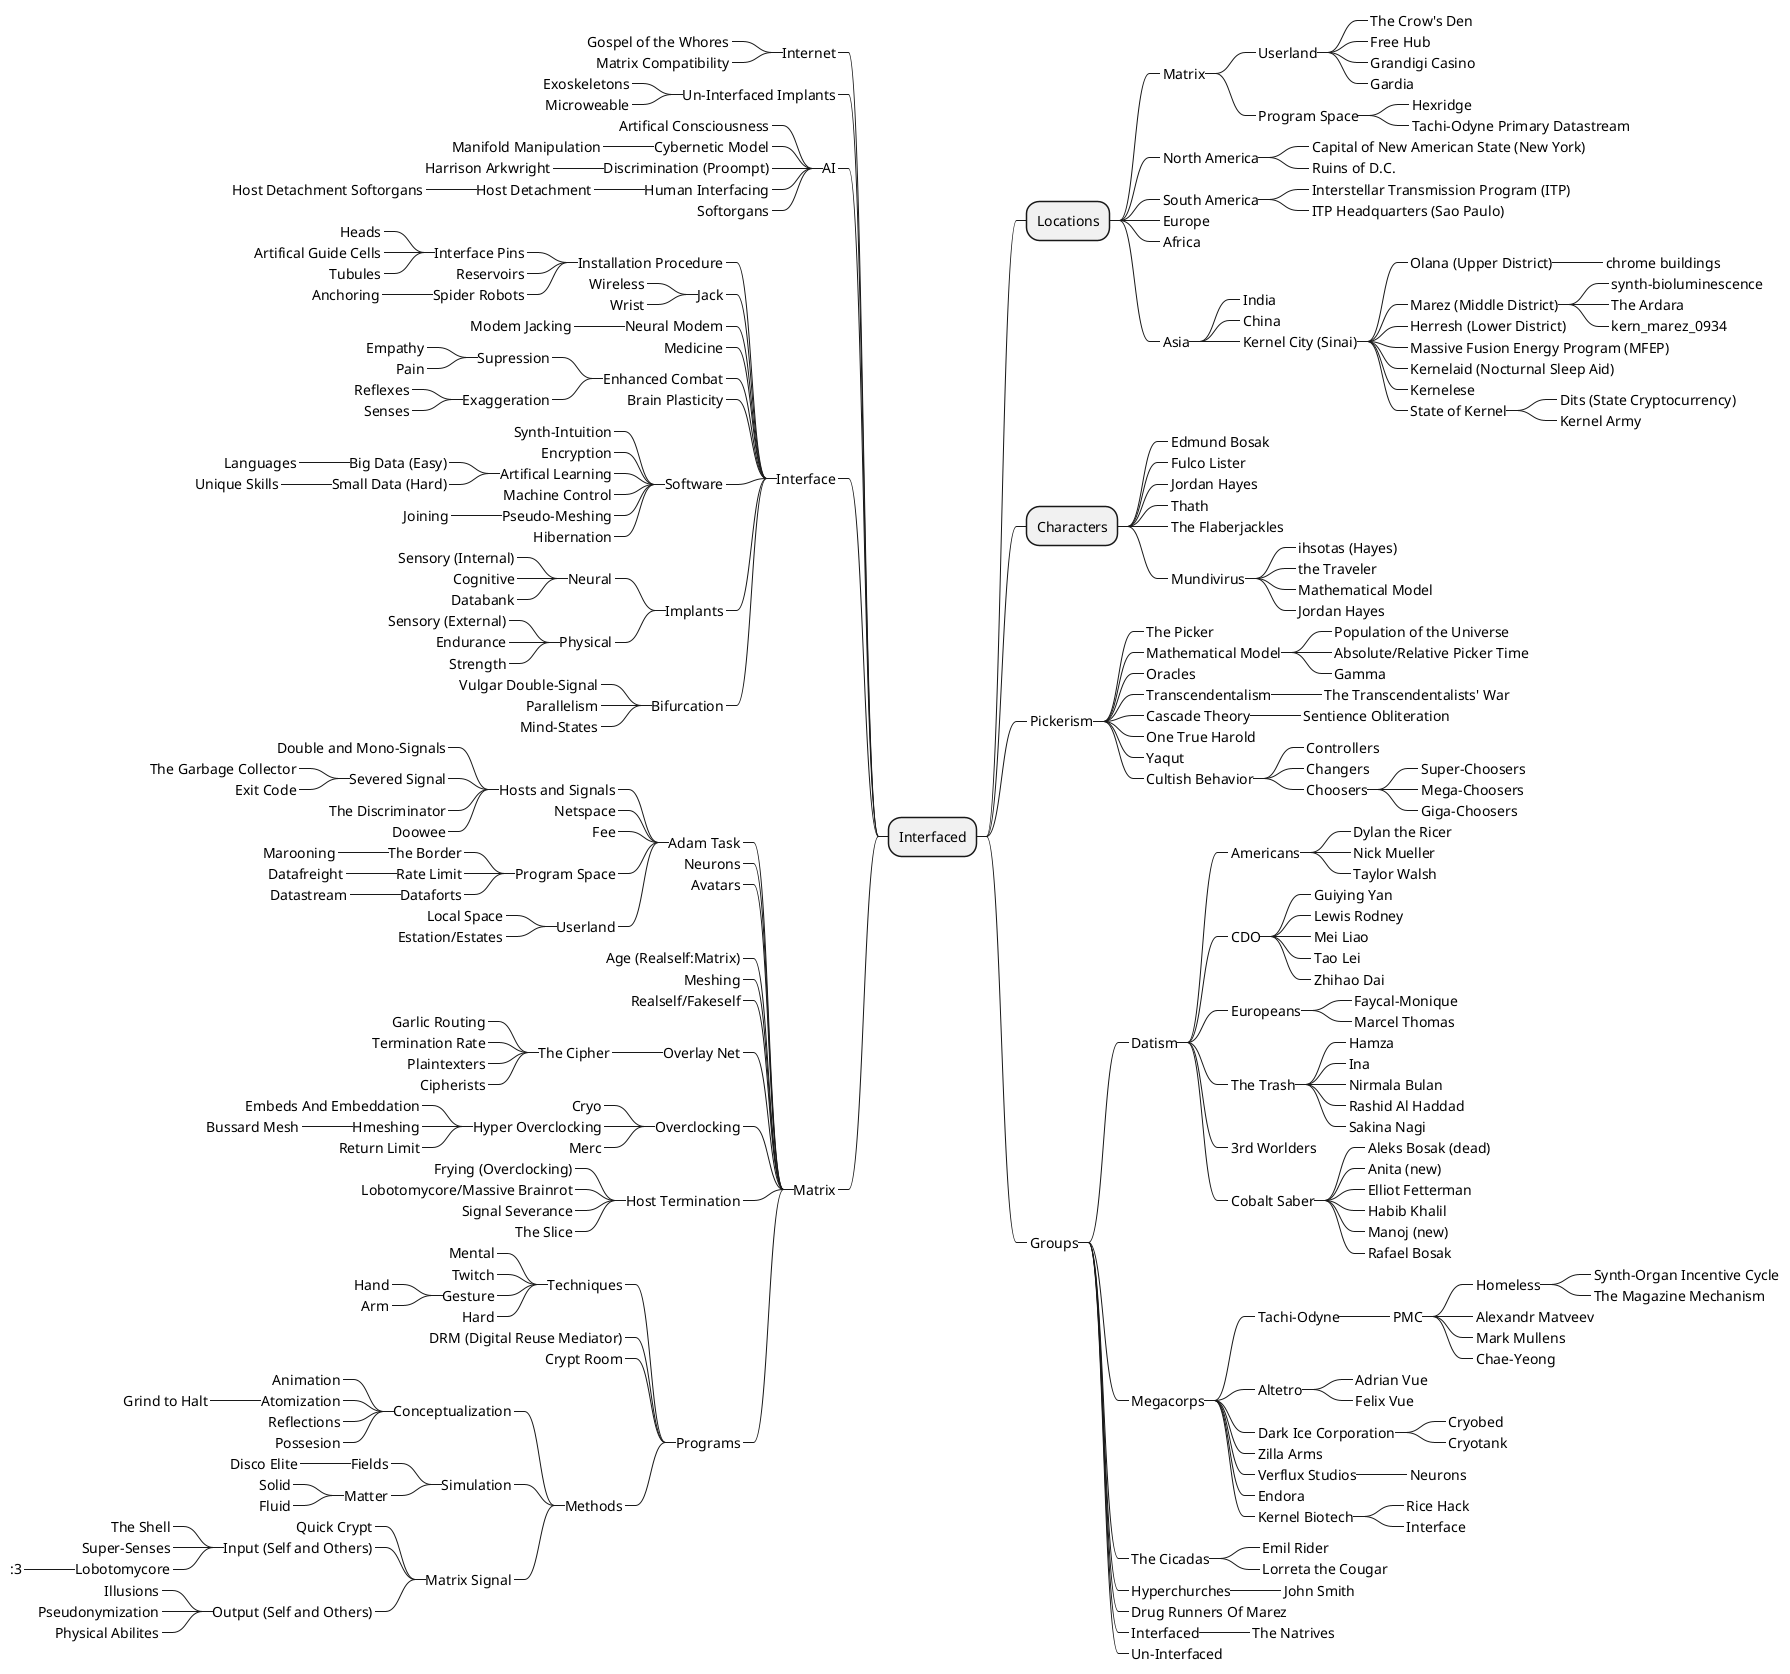
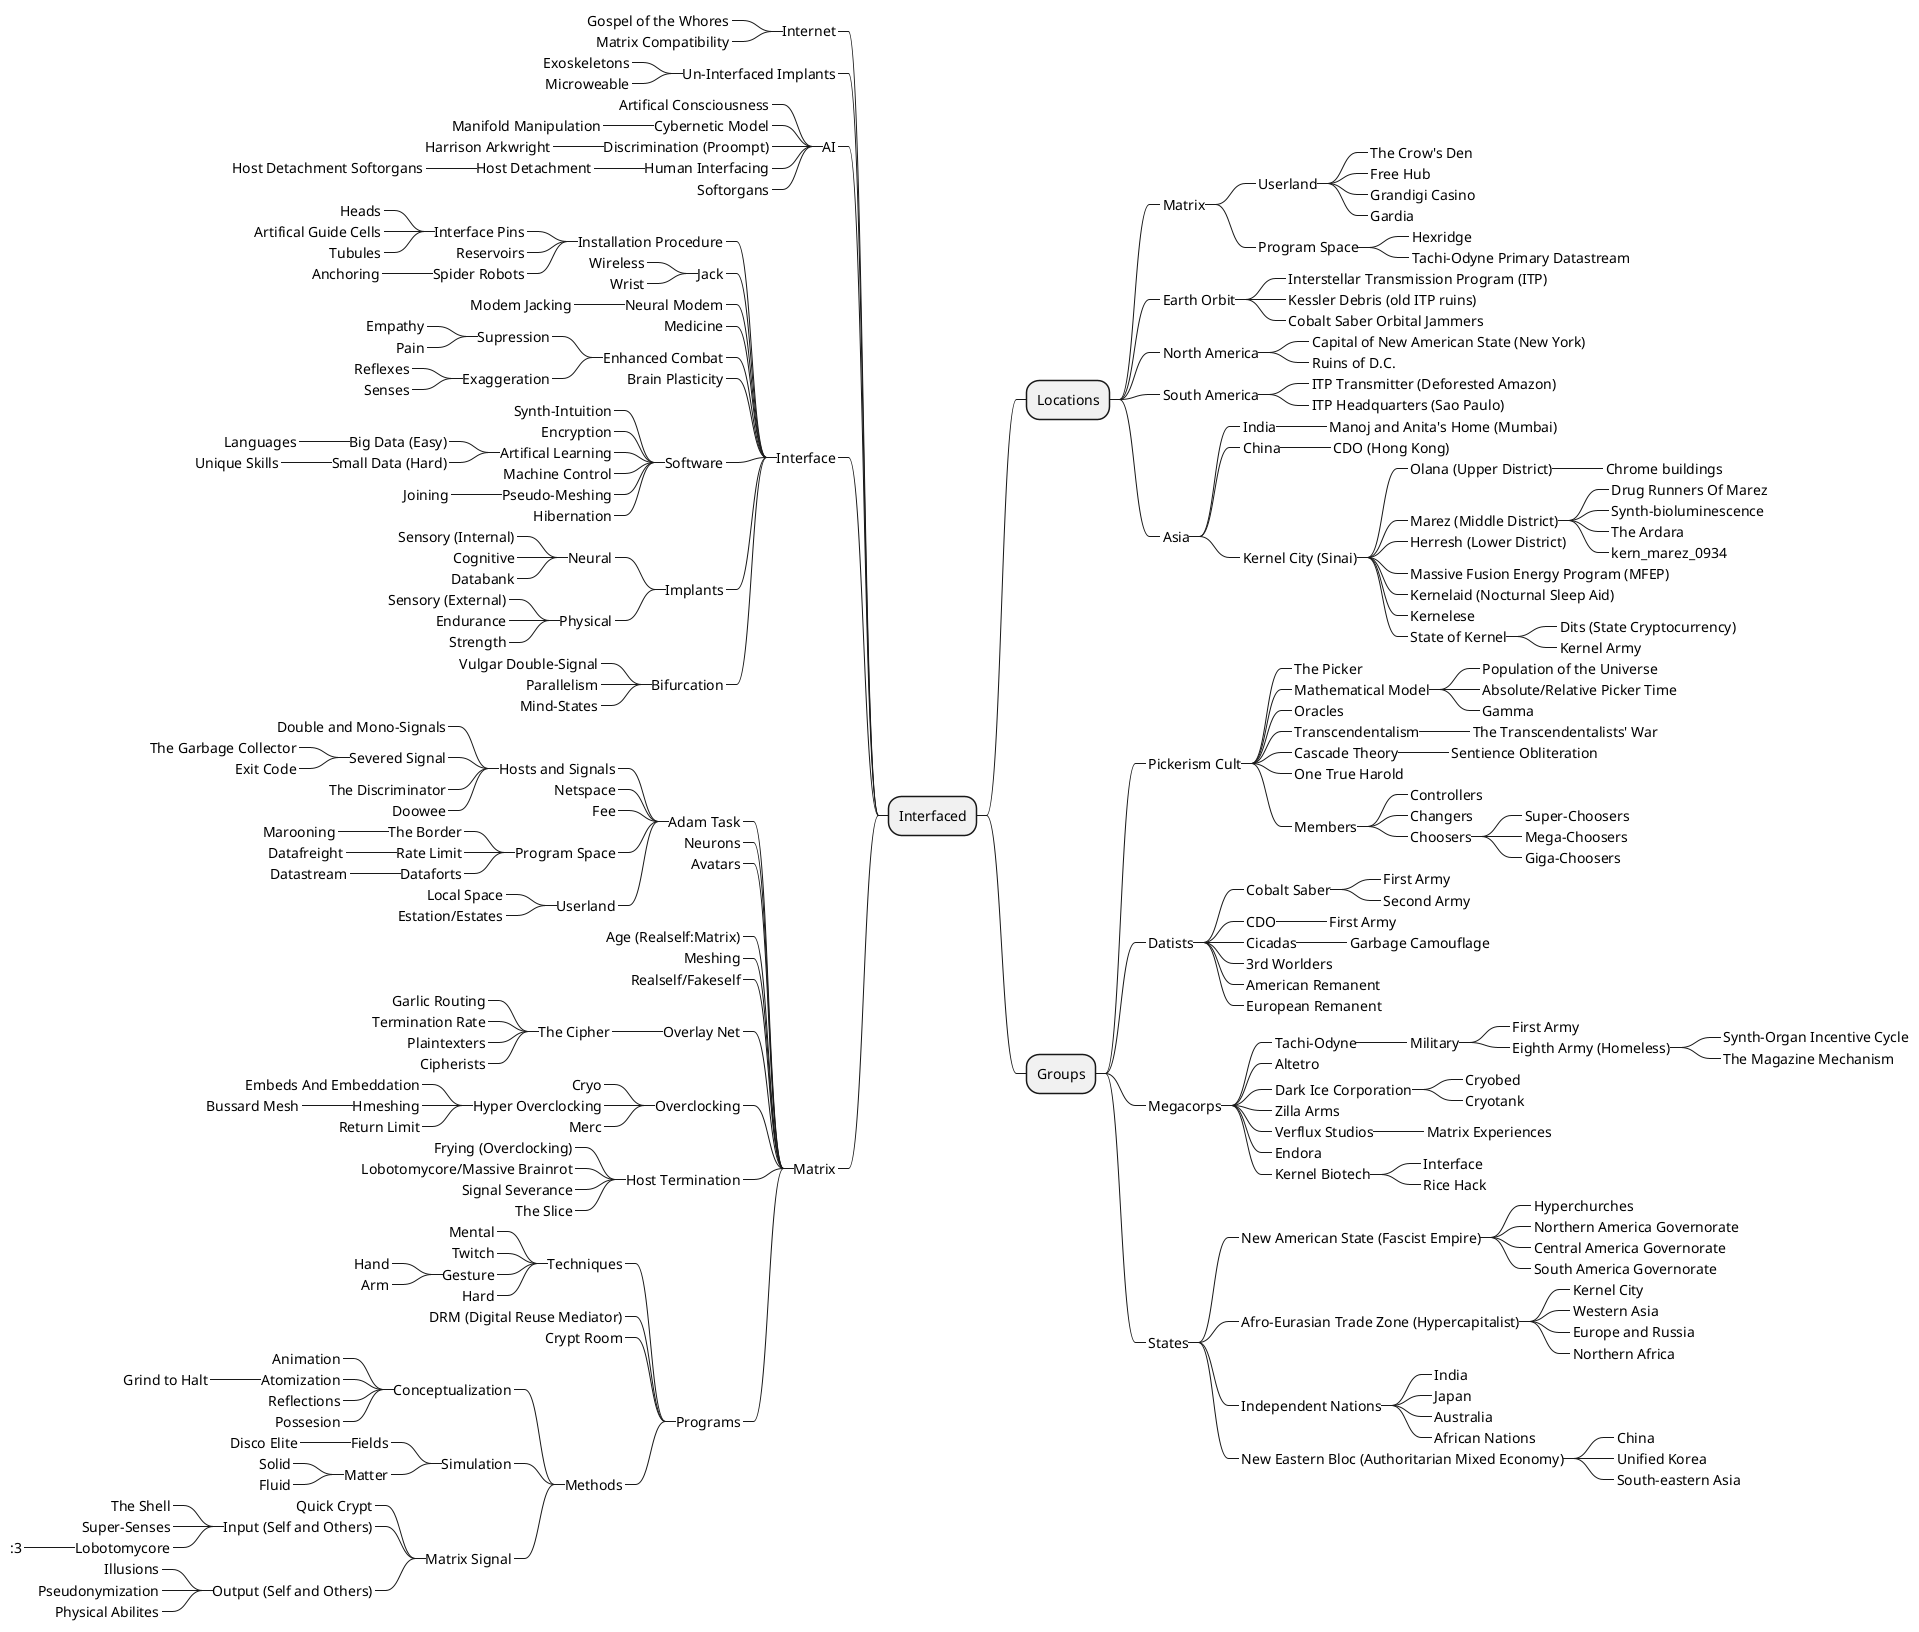
@startuml
@startmindmap Worldbuilding Map
+ Interfaced
++ Locations
+++_ Matrix
++++_ Userland
+++++_ The Crow's Den
+++++_ Free Hub
+++++_ Grandigi Casino
+++++_ Gardia
++++_ Program Space
+++++_ Hexridge
+++++_ Tachi-Odyne Primary Datastream
+ +++_ Earth Orbit
+ ++++_ Interstellar Transmission Program (ITP)
+ ++++_ Kessler Debris (old ITP ruins)
+ ++++_ Cobalt Saber Orbital Jammers
+++_ North America
++++_ Capital of New American State (New York)
++++_ Ruins of D.C.
+++_ South America
- ++++_ Interstellar Transmission Program (ITP)
+ ++++_ ITP Transmitter (Deforested Amazon)
++++_ ITP Headquarters (Sao Paulo)
- +++_ Europe
- +++_ Africa
+++_ Asia
++++_ India
+ +++++_ Manoj and Anita's Home (Mumbai)
++++_ China
+ +++++_ CDO (Hong Kong)
++++_ Kernel City (Sinai)
+++++_ Olana (Upper District)
- ++++++_ chrome buildings
+ ++++++_ Chrome buildings
+++++_ Marez (Middle District)
- ++++++_ synth-bioluminescence
+ ++++++_ Drug Runners Of Marez
+ ++++++_ Synth-bioluminescence
++++++_ The Ardara
++++++_ kern_marez_0934
+++++_ Herresh (Lower District)
+++++_ Massive Fusion Energy Program (MFEP)
+++++_ Kernelaid (Nocturnal Sleep Aid)
+++++_ Kernelese
+++++_ State of Kernel
++++++_ Dits (State Cryptocurrency)
++++++_ Kernel Army
- ++ Characters
- +++_ Edmund Bosak
- +++_ Fulco Lister
- +++_ Jordan Hayes
- +++_ Thath
- +++_ The Flaberjackles
- +++_ Mundivirus
- ++++_ ihsotas (Hayes)
- ++++_ the Traveler
+ ++ Groups
+ +++_ Pickerism Cult
+ ++++_ The Picker
++++_ Mathematical Model
- ++++_ Jordan Hayes
- ++_ Pickerism
- +++_ The Picker
- +++_ Mathematical Model
- ++++_ Population of the Universe
- ++++_ Absolute/Relative Picker Time
- ++++_ Gamma
- +++_ Oracles
- +++_ Transcendentalism
- ++++_ The Transcendentalists' War
- +++_ Cascade Theory
- ++++_ Sentience Obliteration
- +++_ One True Harold
- +++_ Yaqut
- +++_ Cultish Behavior
- ++++_ Controllers
- ++++_ Changers
- ++++_ Choosers
- +++++_ Super-Choosers
- +++++_ Mega-Choosers
- +++++_ Giga-Choosers
- ++_ Groups
- +++_ Datism
- ++++_ Americans
- +++++_ Dylan the Ricer
- +++++_ Nick Mueller
- +++++_ Taylor Walsh
+ +++++_ Population of the Universe
+ +++++_ Absolute/Relative Picker Time
+ +++++_ Gamma
+ ++++_ Oracles
+ ++++_ Transcendentalism
+ +++++_ The Transcendentalists' War
+ ++++_ Cascade Theory
+ +++++_ Sentience Obliteration
+ ++++_ One True Harold
+ ++++_ Members
+ +++++_ Controllers
+ +++++_ Changers
+ +++++_ Choosers
+ ++++++_ Super-Choosers
+ ++++++_ Mega-Choosers
+ ++++++_ Giga-Choosers
+ +++_ Datists
+ ++++_ Cobalt Saber
+ +++++_ First Army
+ +++++_ Second Army
++++_ CDO
- +++++_ Guiying Yan
- +++++_ Lewis Rodney
- +++++_ Mei Liao
- +++++_ Tao Lei
- +++++_ Zhihao Dai
- ++++_ Europeans
- +++++_ Faycal-Monique
- +++++_ Marcel Thomas
- ++++_ The Trash
- +++++_ Hamza
- +++++_ Ina
- +++++_ Nirmala Bulan
- +++++_ Rashid Al Haddad
- +++++_ Sakina Nagi
+ +++++_ First Army
+ ++++_ Cicadas
+ +++++_ Garbage Camouflage
++++_ 3rd Worlders
- ++++_ Cobalt Saber
- +++++_ Aleks Bosak (dead)
- +++++_ Anita (new)
- +++++_ Elliot Fetterman
- +++++_ Habib Khalil
- +++++_ Manoj (new)
- +++++_ Rafael Bosak
+ ++++_ American Remanent
+ ++++_ European Remanent
+++_ Megacorps
++++_ Tachi-Odyne
- +++++_ PMC
- ++++++_ Homeless
+ +++++_ Military
+ ++++++_ First Army
+ ++++++_ Eighth Army (Homeless)
+++++++_ Synth-Organ Incentive Cycle
+++++++_ The Magazine Mechanism
- ++++++_ Alexandr Matveev
- ++++++_ Mark Mullens
- ++++++_ Chae-Yeong
++++_ Altetro
- +++++_ Adrian Vue
- +++++_ Felix Vue
++++_ Dark Ice Corporation
+++++_ Cryobed
+++++_ Cryotank
++++_ Zilla Arms
++++_ Verflux Studios
- +++++_ Neurons
+ +++++_ Matrix Experiences
++++_ Endora
++++_ Kernel Biotech
+ +++++_ Interface
+++++_ Rice Hack
- +++++_ Interface
- +++_ The Cicadas
- ++++_ Emil Rider
- ++++_ Lorreta the Cougar
- +++_ Hyperchurches
- ++++_ John Smith
- +++_ Drug Runners Of Marez
- +++_ Interfaced
- ++++_ The Natrives
- +++_ Un-Interfaced
+ +++_ States
+ ++++_ New American State (Fascist Empire)
+ +++++_ Hyperchurches
+ +++++_ Northern America Governorate
+ +++++_ Central America Governorate
+ +++++_ South America Governorate
+ ++++_ Afro-Eurasian Trade Zone (Hypercapitalist)
+ +++++_ Kernel City
+ +++++_ Western Asia
+ +++++_ Europe and Russia
+ +++++_ Northern Africa
+ ++++_ Independent Nations
+ +++++_ India
+ +++++_ Japan
+ +++++_ Australia
+ +++++_ African Nations
+ ++++_ New Eastern Bloc (Authoritarian Mixed Economy)
+ +++++_ China
+ +++++_ Unified Korea
+ +++++_ South-eastern Asia
--_ Internet
---_ Gospel of the Whores
---_ Matrix Compatibility
--_ Un-Interfaced Implants
---_ Exoskeletons
---_ Microweable
--_ AI
---_ Artifical Consciousness
---_ Cybernetic Model
----_ Manifold Manipulation
---_ Discrimination (Proompt)
----_ Harrison Arkwright
---_ Human Interfacing
----_ Host Detachment
-----_ Host Detachment Softorgans
---_ Softorgans
--_ Interface
---_ Installation Procedure
----_ Interface Pins
-----_ Heads
-----_ Artifical Guide Cells
-----_ Tubules
----_ Reservoirs
----_ Spider Robots
-----_ Anchoring
---_ Jack
----_ Wireless
----_ Wrist
---_ Neural Modem
----_ Modem Jacking
---_ Medicine
---_ Enhanced Combat
----_ Supression
-----_ Empathy
-----_ Pain
----_ Exaggeration
-----_ Reflexes
-----_ Senses
---_ Brain Plasticity
---_ Software
----_ Synth-Intuition
----_ Encryption
----_ Artifical Learning
-----_ Big Data (Easy)
------_ Languages
-----_ Small Data (Hard)
------_ Unique Skills
----_ Machine Control
----_ Pseudo-Meshing
-----_ Joining
----_ Hibernation
---_ Implants
----_ Neural
-----_ Sensory (Internal)
-----_ Cognitive
-----_ Databank
----_ Physical
-----_ Sensory (External)
-----_ Endurance
-----_ Strength
---_ Bifurcation
----_ Vulgar Double-Signal
----_ Parallelism
----_ Mind-States
--_ Matrix
---_ Adam Task
----_ Hosts and Signals
-----_ Double and Mono-Signals
-----_ Severed Signal
------_ The Garbage Collector
------_ Exit Code
-----_ The Discriminator
-----_ Doowee
----_ Netspace
----_ Fee
----_ Program Space
-----_ The Border
------_ Marooning
-----_ Rate Limit
------_ Datafreight
-----_ Dataforts
------_ Datastream
----_ Userland
-----_ Local Space
-----_ Estation/Estates
---_ Neurons
---_ Avatars
---_ Age (Realself:Matrix)
---_ Meshing
---_ Realself/Fakeself
---_ Overlay Net
----_ The Cipher
-----_ Garlic Routing
-----_ Termination Rate
-----_ Plaintexters
-----_ Cipherists
---_ Overclocking
----_ Cryo
----_ Hyper Overclocking
-----_ Embeds And Embeddation
-----_ Hmeshing
------_ Bussard Mesh
-----_ Return Limit
----_ Merc
---_ Host Termination
----_ Frying (Overclocking)
----_ Lobotomycore/Massive Brainrot
----_ Signal Severance
----_ The Slice
---_ Programs
----_ Techniques
-----_ Mental
-----_ Twitch
-----_ Gesture
------_ Hand
------_ Arm
-----_ Hard
----_ DRM (Digital Reuse Mediator)
----_ Crypt Room
----_ Methods
-----_ Conceptualization
------_ Animation
------_ Atomization
-------_ Grind to Halt
------_ Reflections
------_ Possesion
-----_ Simulation
------_ Fields
-------_ Disco Elite
------_ Matter
-------_ Solid
-------_ Fluid
-----_ Matrix Signal
------_ Quick Crypt
------_ Input (Self and Others)
-------_ The Shell
-------_ Super-Senses
-------_ Lobotomycore
--------_ :3
------_ Output (Self and Others)
-------_ Illusions
-------_ Pseudonymization
-------_ Physical Abilites
@endmindmap
@enduml



